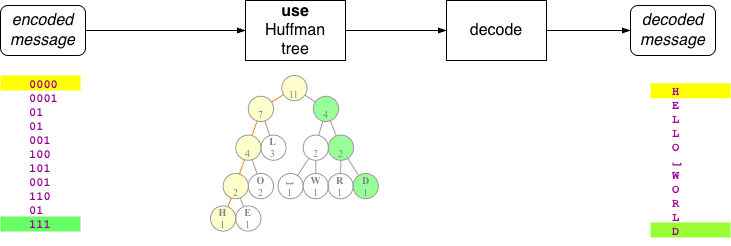
This is huffman/huffman_decoder.png from lgreco/images, a draw.io export, as it was before one commit. Source tidied: cells renumbered, new cells last; positions are measured from the earlier drawing's top-left corner, leaving out a move shared by most shapes.
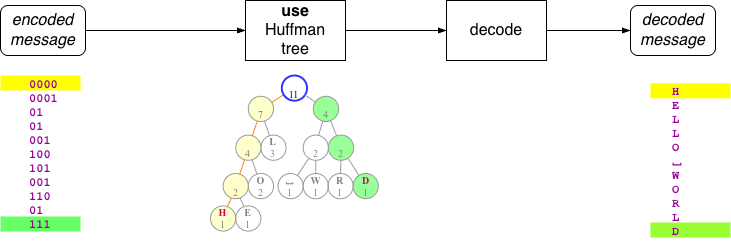
The same file after the commit.

The edit, as a diff of the source:
```diff
@@ -53,7 +53,7 @@
     <mxCell id="18" value="H&#10;E&#10;L&#10;L&#10;O&#10;⎵&#10;W&#10;O&#10;R&#10;L&#10;D" style="text;fillColor=none;verticalAlign=middle;fontFamily=Courier New;fontStyle=1;fontColor=#990099;" parent="1" vertex="1">
       <mxGeometry x="670" y="75" width="10" height="170" as="geometry" />
     </mxCell>
-    <mxCell id="19" value="&lt;b&gt;H&lt;/b&gt;&lt;br&gt;1" style="ellipse;whiteSpace=wrap;html=1;fontFamily=Times New Roman;spacing=0;fontSize=10;fillColor=#FFFFCC;strokeColor=#999999;strokeWidth=1;fontColor=#808080;" parent="1" vertex="1">
+    <mxCell id="19" value="&lt;b&gt;&lt;font style=&quot;color: rgb(204, 0, 102);&quot;&gt;H&lt;/font&gt;&lt;/b&gt;&lt;br&gt;1" style="ellipse;whiteSpace=wrap;html=1;fontFamily=Times New Roman;spacing=0;fontSize=10;fillColor=#FFFFCC;strokeColor=#999999;strokeWidth=1;fontColor=#808080;" parent="1" vertex="1">
       <mxGeometry x="210" y="205.4" width="25.2" height="25.2" as="geometry" />
     </mxCell>
     <mxCell id="20" value="&lt;b&gt;E&lt;/b&gt;&lt;br&gt;1" style="ellipse;whiteSpace=wrap;html=1;fontFamily=Times New Roman;spacing=0;fontSize=10;fillColor=none;strokeColor=#999999;strokeWidth=1;fontColor=#808080;" parent="1" vertex="1">
@@ -74,7 +74,7 @@
     <mxCell id="25" value="&lt;b&gt;R&lt;/b&gt;&lt;br&gt;1" style="ellipse;whiteSpace=wrap;html=1;fontFamily=Times New Roman;spacing=0;fontSize=10;fillColor=none;strokeColor=#999999;strokeWidth=1;fontColor=#808080;" parent="1" vertex="1">
       <mxGeometry x="327.4" y="173" width="25.2" height="25.2" as="geometry" />
     </mxCell>
-    <mxCell id="26" value="&lt;b&gt;D&lt;/b&gt;&lt;br&gt;1" style="ellipse;whiteSpace=wrap;html=1;fontFamily=Times New Roman;spacing=0;fontSize=10;fillColor=#99FF99;strokeColor=#999999;strokeWidth=1;fontColor=#808080;" parent="1" vertex="1">
+    <mxCell id="26" value="&lt;b&gt;&lt;font style=&quot;color: rgb(204, 0, 102);&quot;&gt;D&lt;/font&gt;&lt;/b&gt;&lt;br&gt;1" style="ellipse;whiteSpace=wrap;html=1;fontFamily=Times New Roman;spacing=0;fontSize=10;fillColor=#99FF99;strokeColor=#999999;strokeWidth=1;fontColor=#808080;" parent="1" vertex="1">
       <mxGeometry x="352.6" y="173" width="25.2" height="25.2" as="geometry" />
     </mxCell>
     <mxCell id="27" value="&lt;b&gt;&lt;br&gt;&lt;/b&gt;2" style="ellipse;whiteSpace=wrap;html=1;fontFamily=Times New Roman;spacing=0;fontSize=10;strokeColor=#999999;strokeWidth=1;fillColor=#FFFFCC;fontColor=#808080;" parent="1" vertex="1">
@@ -119,7 +119,7 @@
     <mxCell id="40" value="&lt;b&gt;&lt;br&gt;&lt;/b&gt;7" style="ellipse;whiteSpace=wrap;html=1;fontFamily=Times New Roman;spacing=0;fontSize=10;strokeColor=#999999;strokeWidth=1;fillColor=#FFFFCC;fontColor=#808080;" parent="1" vertex="1">
       <mxGeometry x="247.8" y="95.8" width="25.2" height="25.2" as="geometry" />
     </mxCell>
-    <mxCell id="41" value="&lt;b&gt;&lt;br&gt;&lt;/b&gt;11" style="ellipse;whiteSpace=wrap;html=1;fontFamily=Times New Roman;spacing=0;fontSize=10;strokeColor=#999999;strokeWidth=1;fillColor=#FFFFCC;fontColor=#808080;" parent="1" vertex="1">
+    <mxCell id="41" value="&lt;b&gt;&lt;br&gt;&lt;/b&gt;11" style="ellipse;whiteSpace=wrap;html=1;fontFamily=Times New Roman;spacing=0;fontSize=10;strokeColor=#3333FF;strokeWidth=2;fillColor=none;fontColor=#000000;" parent="1" vertex="1">
       <mxGeometry x="281.3" y="75" width="25.2" height="25.2" as="geometry" />
     </mxCell>
     <mxCell id="42" style="endArrow=none;html=1;rounded=0;fontSize=10;strokeColor=#999999;fontColor=#999999;" parent="1" edge="1" source="21" target="40">
```
